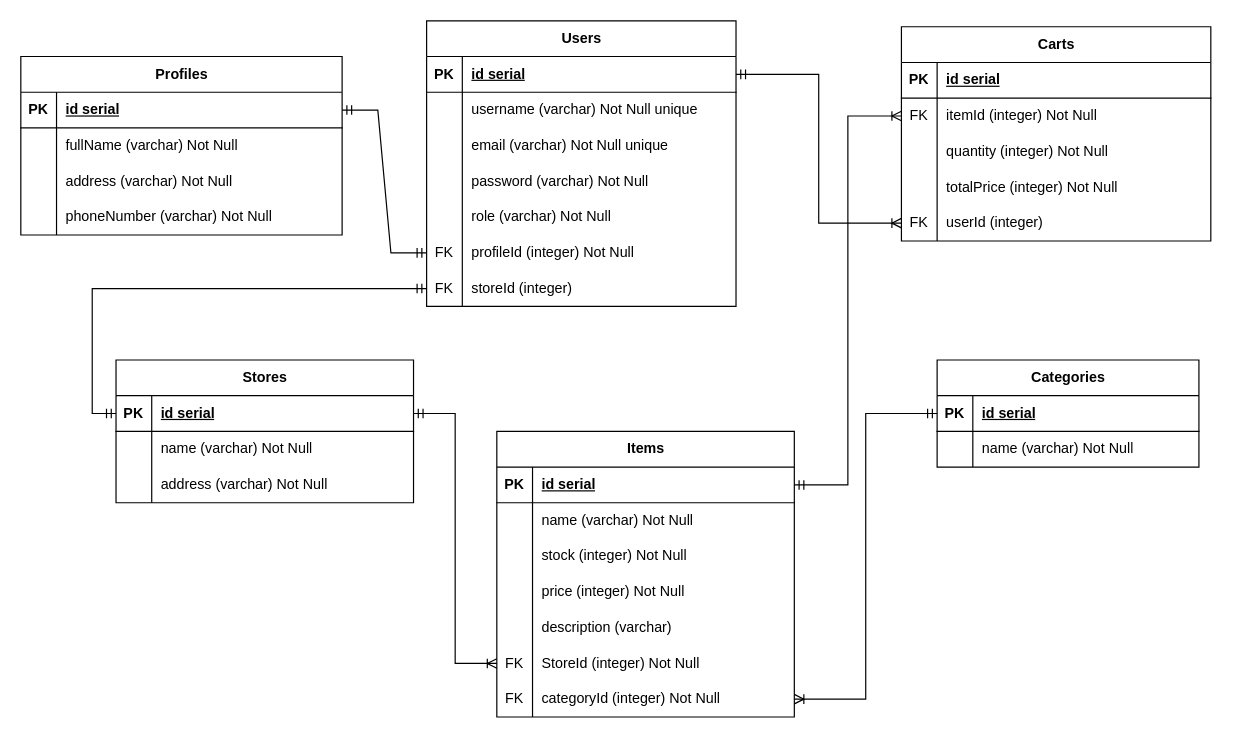
Before: scheme.png.drawio in fuadmuchtar/hacktiv8-ph1-pp-happy-thrift, a draw.io diagram. Source tidied: cells renumbered, new cells numbered last; positions are measured from the earlier drawing's top-left corner, leaving out a move shared by most shapes. Both pictures are drawn from the tidied source at 119%, with x=0, y=0 at pixel (20, 20).
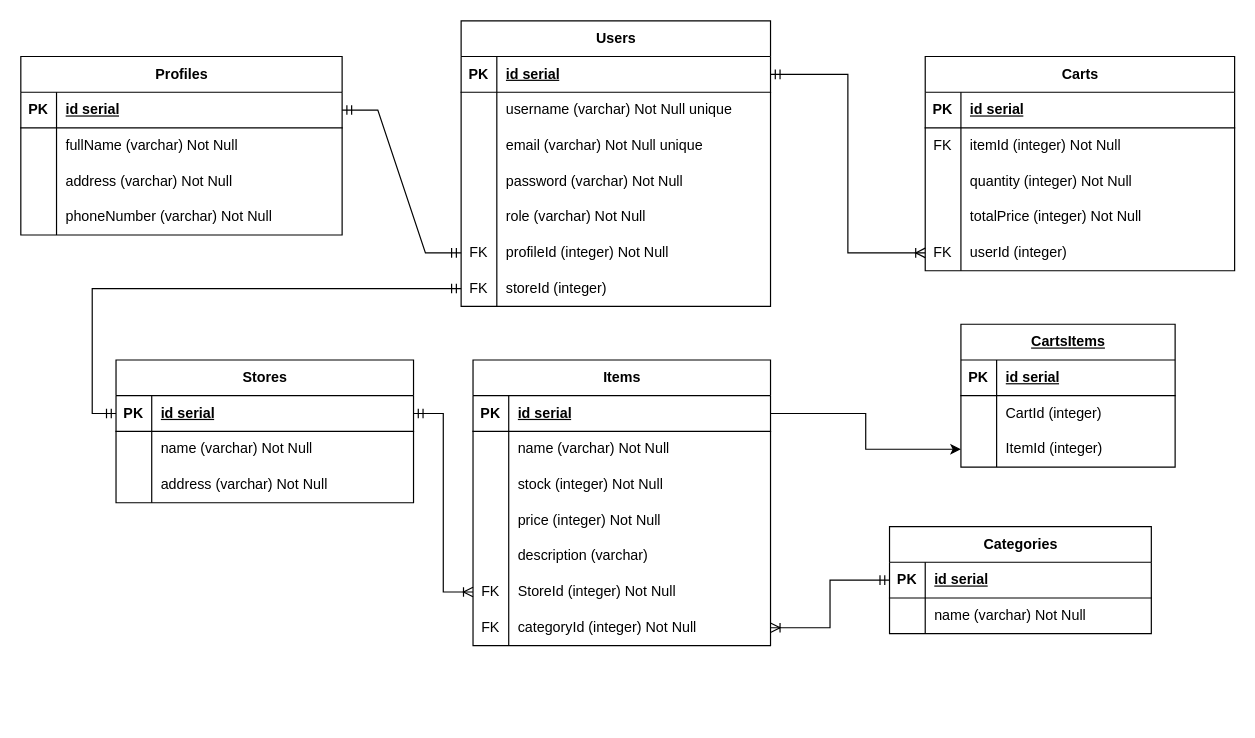
The same page after the edit.

Unchanged cells that the change refers to:
```xml
<mxCell id="49" style="shape=tableRow;horizontal=0;startSize=0;swimlaneHead=0;swimlaneBody=0;fillColor=none;points=[[0,0.5],[1,0.5]];portConstraint=eastwest;top=0;left=0;right=0;bottom=1;" parent="48" vertex="1">
  <mxGeometry y="30" width="250" height="30" as="geometry" />
</mxCell>
<mxCell id="81" style="shape=tableRow;horizontal=0;startSize=0;swimlaneHead=0;swimlaneBody=0;fillColor=none;points=[[0,0.5],[1,0.5]];portConstraint=eastwest;top=0;left=0;right=0;bottom=0;" parent="77" vertex="1">
  <mxGeometry y="60" width="260" height="30" as="geometry" />
</mxCell>
```

Diff of the diagram source:
```diff
@@
     <mxCell id="2" value="Users" style="shape=table;startSize=30;childLayout=tableLayout;rowLines=0;fontStyle=1;align=center;html=1;" parent="1" vertex="1">
-      <mxGeometry x="341" width="260" height="240" as="geometry" />
+      <mxGeometry x="370" width="260" height="240" as="geometry" />
     </mxCell>
@@
     <mxCell id="48" value="Items" style="shape=table;startSize=30;childLayout=tableLayout;rowLines=0;fontStyle=1;align=center;html=1;" parent="1" vertex="1">
-      <mxGeometry x="400" y="345" width="250" height="240" as="geometry" />
+      <mxGeometry x="380" y="285" width="250" height="240" as="geometry" />
     </mxCell>
@@
     <mxCell id="70" value="Categories" style="shape=table;startSize=30;childLayout=tableLayout;rowLines=0;fontStyle=1;align=center;html=1;" parent="1" vertex="1">
-      <mxGeometry x="770" y="285" width="220" height="90" as="geometry" />
+      <mxGeometry x="730" y="425" width="220" height="90" as="geometry" />
     </mxCell>
@@
     <mxCell id="77" value="Carts" style="shape=table;startSize=30;childLayout=tableLayout;rowLines=0;fontStyle=1;align=center;html=1;" parent="1" vertex="1">
-      <mxGeometry x="740" y="5" width="260" height="180" as="geometry" />
+      <mxGeometry x="760" y="30" width="260" height="180" as="geometry" />
     </mxCell>
@@
-    <mxCell id="96" style="edgeStyle=orthogonalEdgeStyle;rounded=0;jettySize=auto;html=1;exitX=0;exitY=0.5;exitDx=0;exitDy=0;entryX=1;entryY=0.5;entryDx=0;entryDy=0;endArrow=ERmandOne;endFill=0;startArrow=ERoneToMany;startFill=0;" parent="1" edge="1" source="81" target="49">
-      <mxGeometry relative="1" as="geometry" />
-    </mxCell>
@@
+    <mxCell id="98" value="&lt;span style=&quot;color: rgb(0, 0, 0); text-align: left; text-wrap-mode: wrap; text-decoration-line: underline;&quot;&gt;CartsItems&lt;/span&gt;" style="shape=table;startSize=30;childLayout=tableLayout;rowLines=0;fontStyle=1;align=center;html=1;" parent="1" vertex="1">
+      <mxGeometry x="790" y="255" width="180" height="120" as="geometry" />
+    </mxCell>
+    <mxCell id="99" style="shape=tableRow;horizontal=0;startSize=0;swimlaneHead=0;swimlaneBody=0;fillColor=none;top=0;left=0;right=0;bottom=1;" parent="98" vertex="1">
+      <mxGeometry y="30" width="180" height="30" as="geometry" />
+    </mxCell>
+    <mxCell id="100" value="PK" style="shape=partialRectangle;fillColor=none;top=0;left=0;bottom=0;right=0;fontStyle=1;overflow=hidden;whiteSpace=wrap;html=1;" parent="99" vertex="1">
+      <mxGeometry width="30" height="30" as="geometry" />
+    </mxCell>
+    <mxCell id="101" value="id serial" style="shape=partialRectangle;fillColor=none;top=0;left=0;bottom=0;right=0;align=left;spacingLeft=6;fontStyle=5;overflow=hidden;whiteSpace=wrap;html=1;" parent="99" vertex="1">
+      <mxGeometry x="30" width="150" height="30" as="geometry" />
+    </mxCell>
+    <mxCell id="102" style="shape=tableRow;horizontal=0;startSize=0;swimlaneHead=0;swimlaneBody=0;fillColor=none;top=0;left=0;right=0;bottom=0;" parent="98" vertex="1">
+      <mxGeometry y="60" width="180" height="30" as="geometry" />
+    </mxCell>
+    <mxCell id="103" style="shape=partialRectangle;fillColor=none;top=0;left=0;bottom=0;right=0;overflow=hidden;whiteSpace=wrap;html=1;" parent="102" vertex="1">
+      <mxGeometry width="30" height="30" as="geometry" />
+    </mxCell>
+    <mxCell id="104" value="CartId (integer)" style="shape=partialRectangle;fillColor=none;top=0;left=0;bottom=0;right=0;align=left;spacingLeft=6;overflow=hidden;whiteSpace=wrap;html=1;" parent="102" vertex="1">
+      <mxGeometry x="30" width="150" height="30" as="geometry" />
+    </mxCell>
+    <mxCell id="105" style="shape=tableRow;horizontal=0;startSize=0;swimlaneHead=0;swimlaneBody=0;fillColor=none;points=[[0,0.5],[1,0.5]];portConstraint=eastwest;top=0;left=0;right=0;bottom=0;" parent="98" vertex="1">
+      <mxGeometry y="90" width="180" height="30" as="geometry" />
+    </mxCell>
+    <mxCell id="106" style="shape=partialRectangle;fillColor=none;top=0;left=0;bottom=0;right=0;overflow=hidden;whiteSpace=wrap;html=1;" parent="105" vertex="1">
+      <mxGeometry width="30" height="30" as="geometry" />
+    </mxCell>
+    <mxCell id="107" value="ItemId (integer)" style="shape=partialRectangle;fillColor=none;top=0;left=0;bottom=0;right=0;align=left;spacingLeft=6;overflow=hidden;whiteSpace=wrap;html=1;" parent="105" vertex="1">
+      <mxGeometry x="30" width="150" height="30" as="geometry" />
+    </mxCell>
+    <mxCell id="108" style="edgeStyle=orthogonalEdgeStyle;html=1;exitX=1;exitY=0.5;exitDx=0;exitDy=0;entryX=0;entryY=0.5;entryDx=0;entryDy=0;rounded=0;curved=0;" parent="1" edge="1" source="49" target="105">
+      <mxGeometry relative="1" as="geometry" />
+    </mxCell>
```
